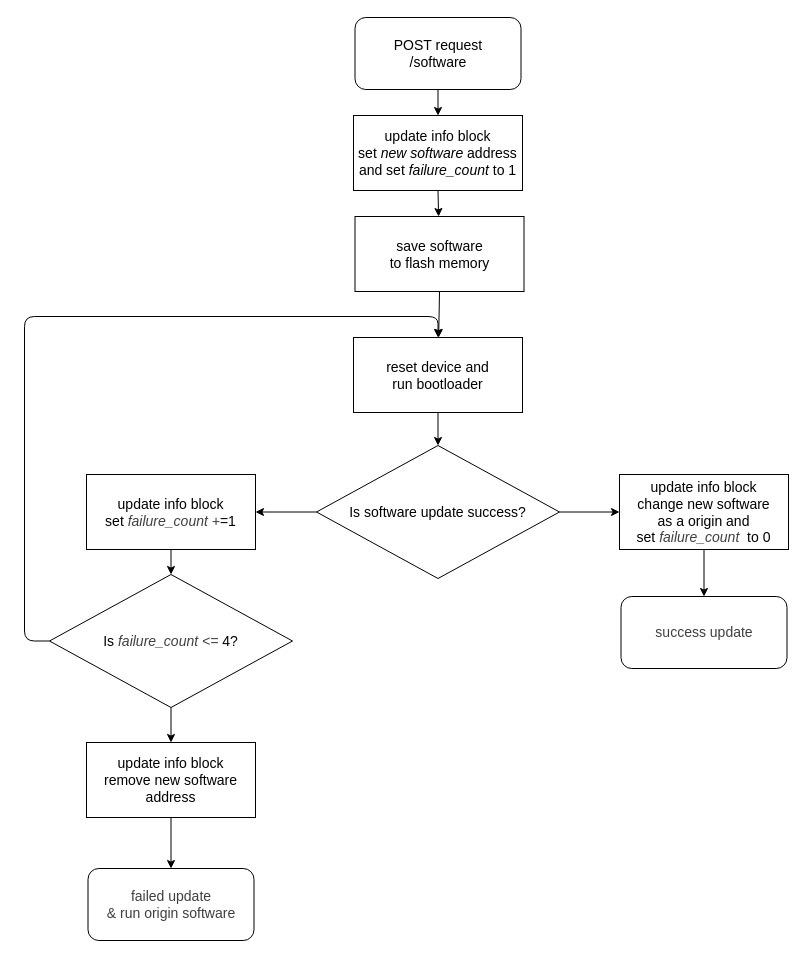
This is schematic/05-sw-flow-fimware-update.drawio from petrkucerak/diplom-thesis, a draw.io file, before an edit. Source tidied: cells renumbered, new cells numbered last; positions are measured from the earlier drawing's top-left corner, leaving out a move shared by most shapes. Both pictures are drawn from the tidied source at 100%, with x=0, y=0 at pixel (24, 17).
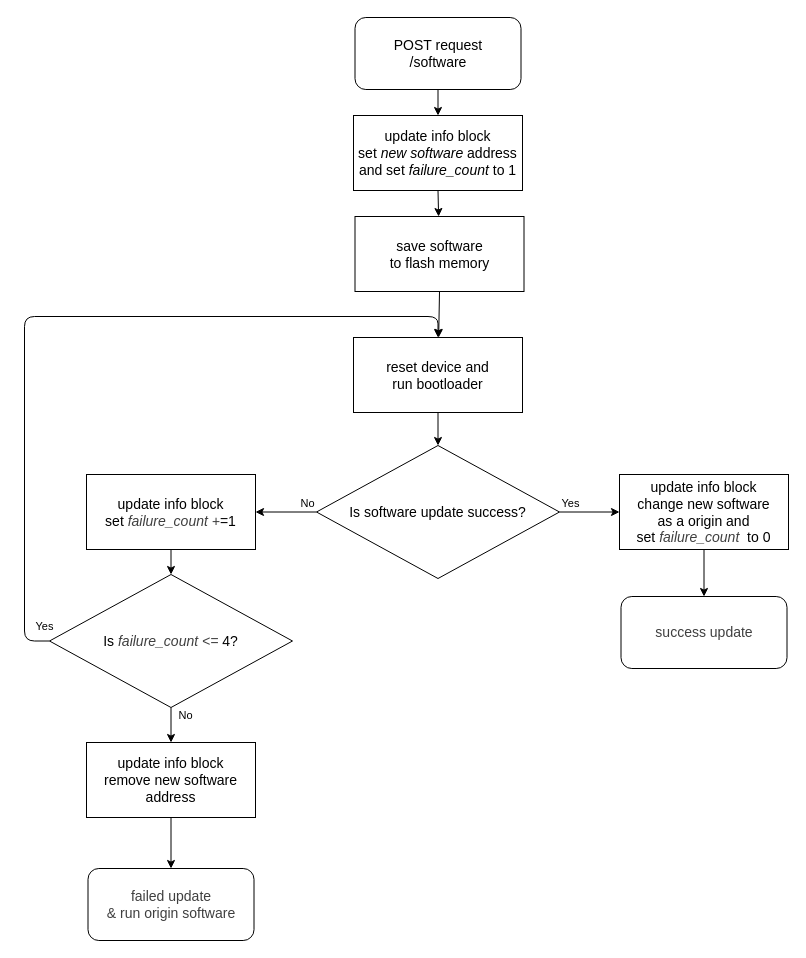
The same diagram, later.

Unchanged cells that the change refers to:
```xml
<mxCell id="10" style="edgeStyle=none;html=1;exitX=1;exitY=0.5;exitDx=0;exitDy=0;" parent="1" edge="1" source="12" target="14">
  <mxGeometry relative="1" as="geometry" />
</mxCell>
<mxCell id="11" style="edgeStyle=none;html=1;exitX=0;exitY=0.5;exitDx=0;exitDy=0;" parent="1" edge="1" source="12" target="16">
  <mxGeometry relative="1" as="geometry" />
</mxCell>
<mxCell id="18" style="edgeStyle=none;html=1;exitX=0.5;exitY=1;exitDx=0;exitDy=0;" parent="1" edge="1" source="20" target="22">
  <mxGeometry relative="1" as="geometry" />
</mxCell>
<mxCell id="19" style="edgeStyle=orthogonalEdgeStyle;html=1;exitX=0;exitY=0.5;exitDx=0;exitDy=0;entryX=0.5;entryY=0;entryDx=0;entryDy=0;" parent="1" edge="1" source="20" target="9">
  <mxGeometry relative="1" as="geometry">
    <Array as="points">
      <mxPoint y="624" />
      <mxPoint y="299" />
      <mxPoint x="413" y="299" />
    </Array>
  </mxGeometry>
</mxCell>
```

Change to the diagram source:
```diff
@@
+    <mxCell id="24" value="Yes" style="edgeLabel;html=1;align=center;verticalAlign=middle;" parent="10" vertex="1">
+      <mxGeometry x="-0.35" relative="1" as="geometry">
+        <mxPoint x="-10" y="-9" as="offset" />
+      </mxGeometry>
+    </mxCell>
@@
+    <mxCell id="25" value="No" style="edgeLabel;html=1;align=center;verticalAlign=middle;" parent="11" vertex="1">
+      <mxGeometry x="-0.29" y="-2" relative="1" as="geometry">
+        <mxPoint x="12" y="-7" as="offset" />
+      </mxGeometry>
+    </mxCell>
@@
+    <mxCell id="26" value="No" style="edgeLabel;html=1;align=center;verticalAlign=middle;" parent="18" vertex="1">
+      <mxGeometry x="-0.58" y="-1" relative="1" as="geometry">
+        <mxPoint x="15" as="offset" />
+      </mxGeometry>
+    </mxCell>
@@
+    <mxCell id="27" value="Yes" style="edgeLabel;html=1;align=center;verticalAlign=middle;" parent="19" vertex="1">
+      <mxGeometry x="-0.8" y="2" relative="1" as="geometry">
+        <mxPoint x="21" y="38" as="offset" />
+      </mxGeometry>
+    </mxCell>
```
